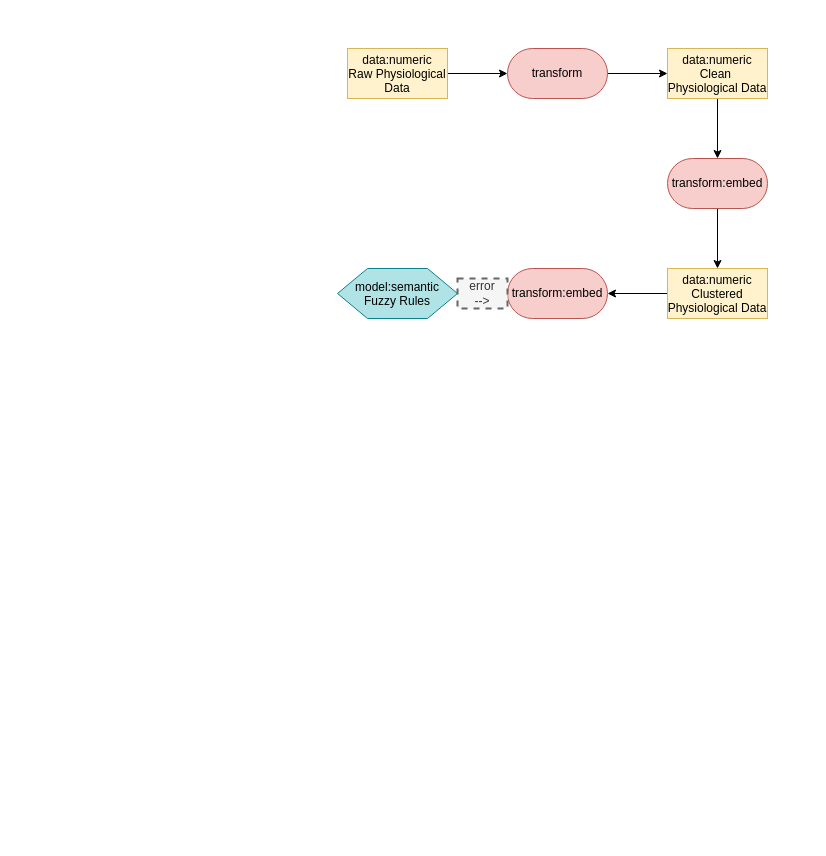
The draw.io diagram page "Page-1" (1 of 2) of medical patterns to boxologies/ML Pre-processes input data for Rule-Based inference/Machine learning-based clinical decision support system for early diagnosis from real-time physiological data.drawio in zonnesmit/thesis, before the edit. Source tidied: cells renumbered, new cells numbered last; positions are measured from the earlier drawing's top-left corner, leaving out a move shared by most shapes. Both pictures are drawn from the tidied source at 100%, with x=0, y=0 at pixel (337, 48).
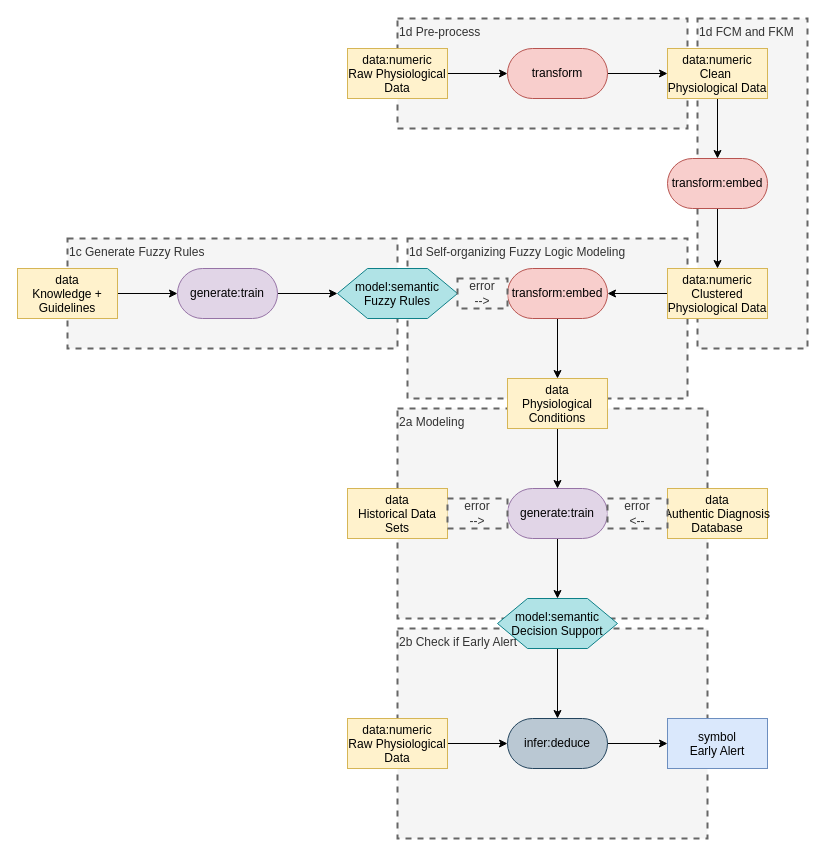
The same page after the edit.

Unchanged cells that the change refers to:
```xml
<mxCell id="12" value="transform:embed" style="rounded=1;whiteSpace=wrap;html=1;arcSize=50;fillColor=#f8cecc;strokeColor=#b85450;" parent="1" vertex="1">
  <mxGeometry x="170" y="220" width="100" height="50" as="geometry" />
</mxCell>
<mxCell id="13" value="model:semantic&#10;Fuzzy Rules" style="shape=hexagon;perimeter=hexagonPerimeter2;fillColor=#b0e3e6;strokeColor=#0e8088;" parent="1" vertex="1">
  <mxGeometry y="220" width="120" height="50" as="geometry" />
</mxCell>
```

Diff of the diagram source:
```diff
@@
+    <mxCell id="15" value="2b Check if Early Alert" style="text;html=1;align=left;verticalAlign=top;whiteSpace=wrap;rounded=0;dashed=1;fillColor=#f5f5f5;fontColor=#333333;strokeColor=#666666;strokeWidth=2;" parent="1" vertex="1">
+      <mxGeometry x="60" y="580" width="310" height="210" as="geometry" />
+    </mxCell>
+    <mxCell id="16" value="2a Modeling" style="text;html=1;align=left;verticalAlign=top;whiteSpace=wrap;rounded=0;dashed=1;fillColor=#f5f5f5;fontColor=#333333;strokeColor=#666666;strokeWidth=2;" parent="1" vertex="1">
+      <mxGeometry x="60" y="360" width="310" height="210" as="geometry" />
+    </mxCell>
+    <mxCell id="17" value="1c Generate Fuzzy Rules" style="text;html=1;align=left;verticalAlign=top;whiteSpace=wrap;rounded=0;dashed=1;fillColor=#f5f5f5;fontColor=#333333;strokeColor=#666666;strokeWidth=2;" parent="1" vertex="1">
+      <mxGeometry x="-270" y="190" width="330" height="110" as="geometry" />
+    </mxCell>
+    <mxCell id="18" value="1d Self-organizing Fuzzy Logic Modeling" style="text;html=1;align=left;verticalAlign=top;whiteSpace=wrap;rounded=0;dashed=1;fillColor=#f5f5f5;fontColor=#333333;strokeColor=#666666;strokeWidth=2;" parent="1" vertex="1">
+      <mxGeometry x="70" y="190" width="280" height="160" as="geometry" />
+    </mxCell>
+    <mxCell id="19" value="1d FCM and FKM" style="text;html=1;align=left;verticalAlign=top;whiteSpace=wrap;rounded=0;dashed=1;fillColor=#f5f5f5;fontColor=#333333;strokeColor=#666666;strokeWidth=2;" parent="1" vertex="1">
+      <mxGeometry x="360" y="-30" width="110" height="330" as="geometry" />
+    </mxCell>
+    <mxCell id="20" value="1d Pre-process" style="text;html=1;align=left;verticalAlign=top;whiteSpace=wrap;rounded=0;dashed=1;fillColor=#f5f5f5;fontColor=#333333;strokeColor=#666666;strokeWidth=2;" parent="1" vertex="1">
+      <mxGeometry x="60" y="-30" width="290" height="110" as="geometry" />
+    </mxCell>
@@
+    <mxCell id="21" style="edgeStyle=orthogonalEdgeStyle;rounded=0;jettySize=auto;html=1;entryX=0.5;entryY=0;entryDx=0;entryDy=0;" parent="1" edge="1" source="12" target="23">
+      <mxGeometry relative="1" as="geometry" />
+    </mxCell>
@@
+    <mxCell id="22" style="edgeStyle=orthogonalEdgeStyle;rounded=0;jettySize=auto;html=1;exitX=0.5;exitY=1;exitDx=0;exitDy=0;entryX=0.5;entryY=0;entryDx=0;entryDy=0;" parent="1" edge="1" source="23" target="29">
+      <mxGeometry relative="1" as="geometry" />
+    </mxCell>
+    <mxCell id="23" value="data&#10;Physiological&#10;Conditions" style="rectangle;fillColor=#fff2cc;strokeColor=#d6b656;" parent="1" vertex="1">
+      <mxGeometry x="170" y="330" width="100" height="50" as="geometry" />
+    </mxCell>
+    <mxCell id="24" style="edgeStyle=orthogonalEdgeStyle;rounded=0;jettySize=auto;html=1;entryX=0;entryY=0.5;entryDx=0;entryDy=0;" parent="1" edge="1" source="25" target="27">
+      <mxGeometry relative="1" as="geometry" />
+    </mxCell>
+    <mxCell id="25" value="data&#10;Knowledge +&#10;Guidelines" style="rectangle;fillColor=#fff2cc;strokeColor=#d6b656;" parent="1" vertex="1">
+      <mxGeometry x="-320" y="220" width="100" height="50" as="geometry" />
+    </mxCell>
+    <mxCell id="26" style="edgeStyle=orthogonalEdgeStyle;rounded=0;jettySize=auto;html=1;entryX=0;entryY=0.5;entryDx=0;entryDy=0;" parent="1" edge="1" source="27" target="13">
+      <mxGeometry relative="1" as="geometry" />
+    </mxCell>
+    <mxCell id="27" value="generate:train" style="rounded=1;whiteSpace=wrap;html=1;arcSize=50;fillColor=#e1d5e7;strokeColor=#9673a6;" parent="1" vertex="1">
+      <mxGeometry x="-160" y="220" width="100" height="50" as="geometry" />
+    </mxCell>
+    <mxCell id="28" style="edgeStyle=orthogonalEdgeStyle;rounded=0;jettySize=auto;html=1;exitX=0.5;exitY=1;exitDx=0;exitDy=0;entryX=0.5;entryY=0;entryDx=0;entryDy=0;" parent="1" edge="1" source="29" target="35">
+      <mxGeometry relative="1" as="geometry" />
+    </mxCell>
+    <mxCell id="29" value="generate:train" style="rounded=1;whiteSpace=wrap;html=1;arcSize=50;fillColor=#e1d5e7;strokeColor=#9673a6;" parent="1" vertex="1">
+      <mxGeometry x="170" y="440" width="100" height="50" as="geometry" />
+    </mxCell>
+    <mxCell id="30" value="data&#10;Historical Data&#10;Sets" style="rectangle;fillColor=#fff2cc;strokeColor=#d6b656;" parent="1" vertex="1">
+      <mxGeometry x="10" y="440" width="100" height="50" as="geometry" />
+    </mxCell>
+    <mxCell id="31" value="&lt;div&gt;error&lt;/div&gt;&lt;div&gt;--&amp;gt;&lt;/div&gt;" style="text;html=1;align=center;verticalAlign=middle;whiteSpace=wrap;rounded=0;dashed=1;fillColor=#f5f5f5;fontColor=#333333;strokeColor=#666666;strokeWidth=2;" parent="1" vertex="1">
+      <mxGeometry x="110" y="450" width="60" height="30" as="geometry" />
+    </mxCell>
+    <mxCell id="32" value="data&#10;Authentic Diagnosis&#10;Database" style="rectangle;fillColor=#fff2cc;strokeColor=#d6b656;" parent="1" vertex="1">
+      <mxGeometry x="330" y="440" width="100" height="50" as="geometry" />
+    </mxCell>
+    <mxCell id="33" value="&lt;div&gt;error&lt;/div&gt;&lt;div&gt;&amp;lt;--&lt;/div&gt;" style="text;html=1;align=center;verticalAlign=middle;whiteSpace=wrap;rounded=0;dashed=1;fillColor=#f5f5f5;fontColor=#333333;strokeColor=#666666;strokeWidth=2;" parent="1" vertex="1">
+      <mxGeometry x="270" y="450" width="60" height="30" as="geometry" />
+    </mxCell>
+    <mxCell id="34" style="edgeStyle=orthogonalEdgeStyle;rounded=0;jettySize=auto;html=1;exitX=0.5;exitY=1;exitDx=0;exitDy=0;entryX=0.5;entryY=0;entryDx=0;entryDy=0;" parent="1" edge="1" source="35" target="37">
+      <mxGeometry relative="1" as="geometry" />
+    </mxCell>
+    <mxCell id="35" value="model:semantic&#10;Decision Support" style="shape=hexagon;perimeter=hexagonPerimeter2;fillColor=#b0e3e6;strokeColor=#0e8088;" parent="1" vertex="1">
+      <mxGeometry x="160" y="550" width="120" height="50" as="geometry" />
+    </mxCell>
+    <mxCell id="36" style="edgeStyle=orthogonalEdgeStyle;rounded=0;jettySize=auto;html=1;exitX=1;exitY=0.5;exitDx=0;exitDy=0;entryX=0;entryY=0.5;entryDx=0;entryDy=0;" parent="1" edge="1" source="37" target="40">
+      <mxGeometry relative="1" as="geometry" />
+    </mxCell>
+    <mxCell id="37" value="infer:deduce" style="rounded=1;whiteSpace=wrap;html=1;arcSize=50;fillColor=#bac8d3;strokeColor=#23445d;" parent="1" vertex="1">
+      <mxGeometry x="170" y="670" width="100" height="50" as="geometry" />
+    </mxCell>
+    <mxCell id="38" style="edgeStyle=orthogonalEdgeStyle;rounded=0;jettySize=auto;html=1;entryX=0;entryY=0.5;entryDx=0;entryDy=0;" parent="1" edge="1" source="39" target="37">
+      <mxGeometry relative="1" as="geometry" />
+    </mxCell>
+    <mxCell id="39" value="data:numeric&#10;Raw Physiological&#10;Data" style="rectangle;fillColor=#fff2cc;strokeColor=#d6b656;" parent="1" vertex="1">
+      <mxGeometry x="10" y="670" width="100" height="50" as="geometry" />
+    </mxCell>
+    <mxCell id="40" value="symbol&#10;Early Alert" style="rectangle;fillColor=#dae8fc;strokeColor=#6c8ebf;" parent="1" vertex="1">
+      <mxGeometry x="330" y="670" width="100" height="50" as="geometry" />
+    </mxCell>
```
